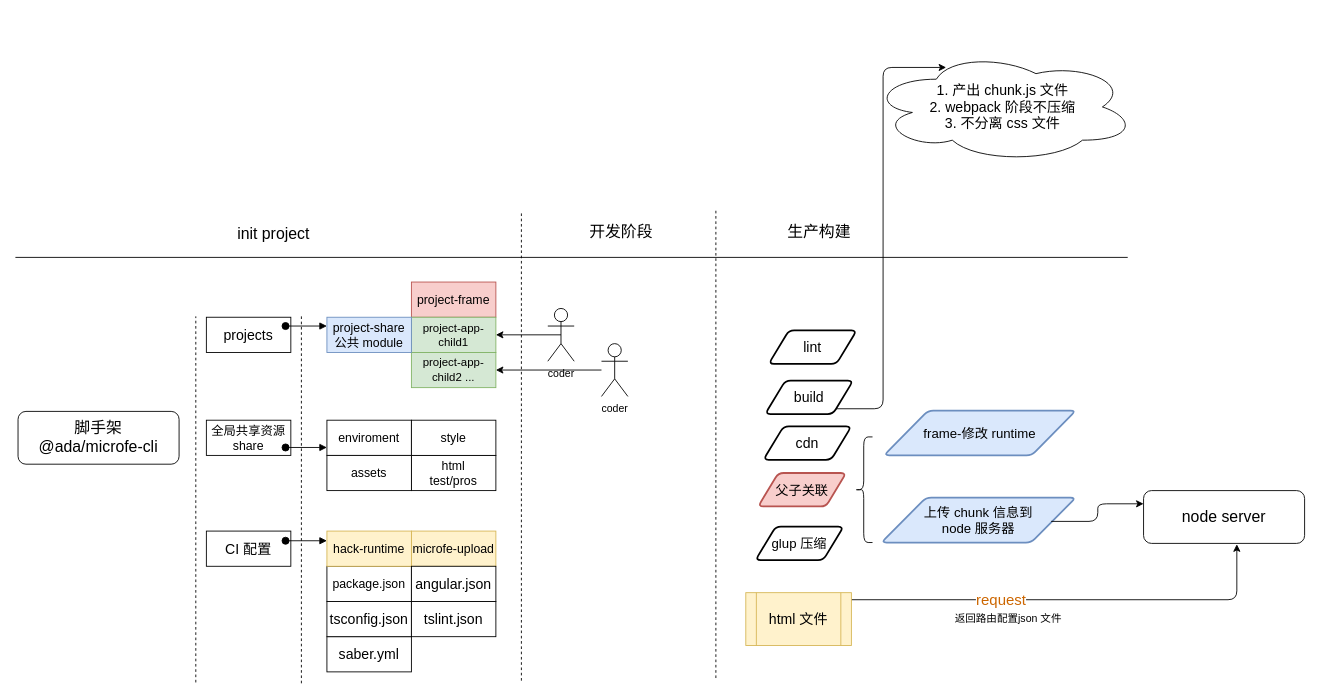
Above: packages/Untitled Diagram.drawio in Tony-Liuduan/micro-demo (draw.io), before the change. Source tidied: cells renumbered, new cells numbered last; positions are measured from the earlier drawing's top-left corner, leaving out a move shared by most shapes. Both pictures are drawn from the tidied source at 88%, with x=0, y=0 at pixel (15, 51).
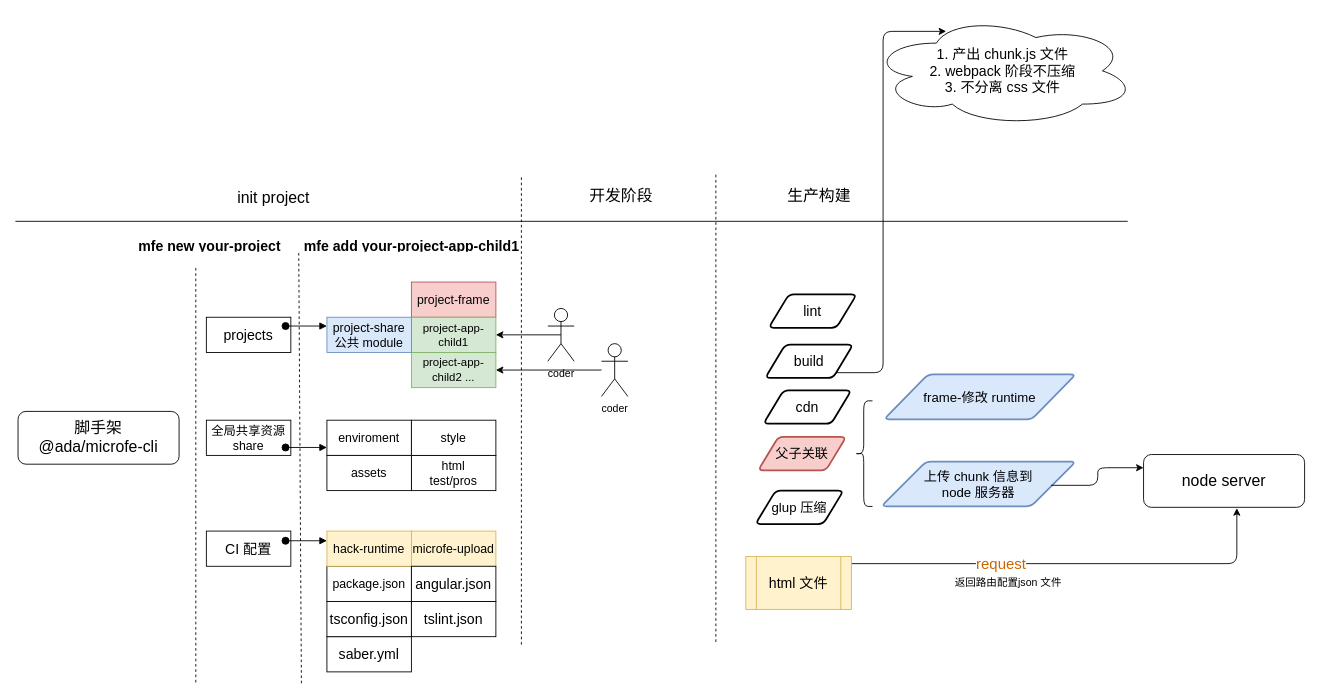
The same page after the edit.

What changed in the source:
```diff
@@
-    <mxCell id="3" style="endArrow=none;dashed=1;html=1;" parent="1" edge="1">
+    <mxCell id="3" style="endArrow=none;dashed=1;html=1;entryX=0;entryY=1;entryDx=0;entryDy=0;" parent="1" edge="1" target="53">
       <mxGeometry relative="1" as="geometry">
         <mxPoint x="325" y="718" as="sourcePoint" />
-        <mxPoint x="325" y="300" as="targetPoint" />
       </mxGeometry>
     </mxCell>
@@
     <mxCell id="22" style="endArrow=none;dashed=1;html=1;" parent="1" edge="1">
       <mxGeometry relative="1" as="geometry">
         <mxPoint x="205" y="717" as="sourcePoint" />
-        <mxPoint x="205" y="301" as="targetPoint" />
+        <mxPoint x="205" y="243" as="targetPoint" />
       </mxGeometry>
     </mxCell>
@@
     <mxCell id="30" style="endArrow=none;dashed=1;html=1;" parent="1" edge="1">
       <mxGeometry relative="1" as="geometry">
-        <mxPoint x="575" y="715" as="sourcePoint" />
-        <mxPoint x="575" y="183" as="targetPoint" />
+        <mxPoint x="575" y="674" as="sourcePoint" />
+        <mxPoint x="575" y="142" as="targetPoint" />
       </mxGeometry>
     </mxCell>
     <mxCell id="31" style="endArrow=none;html=1;" parent="1" edge="1">
       <mxGeometry relative="1" as="geometry">
-        <mxPoint y="234" as="sourcePoint" />
-        <mxPoint x="1264" y="234" as="targetPoint" />
+        <mxPoint y="193" as="sourcePoint" />
+        <mxPoint x="1264" y="193" as="targetPoint" />
       </mxGeometry>
     </mxCell>
     <mxCell id="32" style="endArrow=none;dashed=1;html=1;" parent="1" edge="1">
       <mxGeometry relative="1" as="geometry">
-        <mxPoint x="796" y="712" as="sourcePoint" />
-        <mxPoint x="796" y="180" as="targetPoint" />
+        <mxPoint x="796" y="671" as="sourcePoint" />
+        <mxPoint x="796" y="139" as="targetPoint" />
       </mxGeometry>
     </mxCell>
     <mxCell id="33" value="&lt;font style=&quot;font-size: 18px&quot;&gt;init project&lt;/font&gt;" style="text;html=1;align=center;verticalAlign=middle;" parent="1" vertex="1">
-      <mxGeometry x="247" y="198" width="92" height="20" as="geometry" />
+      <mxGeometry x="247" y="157" width="92" height="20" as="geometry" />
     </mxCell>
     <mxCell id="34" value="&lt;font style=&quot;font-size: 18px&quot;&gt;开发阶段&lt;/font&gt;" style="text;html=1;align=center;verticalAlign=middle;" parent="1" vertex="1">
-      <mxGeometry x="647" y="195" width="82" height="20" as="geometry" />
+      <mxGeometry x="647" y="154" width="82" height="20" as="geometry" />
     </mxCell>
     <mxCell id="35" value="&lt;span style=&quot;font-size: 18px&quot;&gt;生产构建&lt;/span&gt;" style="text;html=1;align=center;verticalAlign=middle;" parent="1" vertex="1">
-      <mxGeometry x="872" y="195" width="82" height="20" as="geometry" />
+      <mxGeometry x="872" y="154" width="82" height="20" as="geometry" />
     </mxCell>
     <mxCell id="36" value="&lt;font style=&quot;font-size: 16px&quot;&gt;build&lt;/font&gt;" style="shape=parallelogram;html=1;strokeWidth=2;perimeter=parallelogramPerimeter;whiteSpace=wrap;rounded=1;arcSize=12;size=0.23;" parent="1" vertex="1">
-      <mxGeometry x="852" y="374" width="100" height="38" as="geometry" />
+      <mxGeometry x="852" y="333" width="100" height="38" as="geometry" />
     </mxCell>
     <mxCell id="37" value="&lt;font style=&quot;font-size: 16px&quot;&gt;cdn&lt;/font&gt;" style="shape=parallelogram;html=1;strokeWidth=2;perimeter=parallelogramPerimeter;whiteSpace=wrap;rounded=1;arcSize=12;size=0.23;" parent="1" vertex="1">
-      <mxGeometry x="850" y="426" width="100" height="38" as="geometry" />
+      <mxGeometry x="850" y="385" width="100" height="38" as="geometry" />
     </mxCell>
     <mxCell id="38" value="&lt;font style=&quot;font-size: 16px&quot;&gt;lint&lt;/font&gt;" style="shape=parallelogram;html=1;strokeWidth=2;perimeter=parallelogramPerimeter;whiteSpace=wrap;rounded=1;arcSize=12;size=0.23;" parent="1" vertex="1">
-      <mxGeometry x="856" y="317" width="100" height="38" as="geometry" />
+      <mxGeometry x="856" y="276" width="100" height="38" as="geometry" />
     </mxCell>
     <mxCell id="39" value="&lt;font style=&quot;font-size: 15px&quot;&gt;glup 压缩&lt;/font&gt;" style="shape=parallelogram;html=1;strokeWidth=2;perimeter=parallelogramPerimeter;whiteSpace=wrap;rounded=1;arcSize=12;size=0.23;" parent="1" vertex="1">
-      <mxGeometry x="841" y="540" width="100" height="38" as="geometry" />
+      <mxGeometry x="841" y="499" width="100" height="38" as="geometry" />
     </mxCell>
     <mxCell id="40" value="&lt;div&gt;&lt;span style=&quot;font-size: 16px&quot;&gt;1. 产出 chunk.js 文件&lt;/span&gt;&lt;/div&gt;&lt;font style=&quot;font-size: 16px&quot;&gt;&lt;div&gt;&lt;span&gt;2. webpack 阶段不压缩&lt;/span&gt;&lt;/div&gt;&lt;div&gt;&lt;span&gt;3. 不分离 css 文件&lt;/span&gt;&lt;/div&gt;&lt;/font&gt;" style="ellipse;shape=cloud;whiteSpace=wrap;html=1;align=center;" parent="1" vertex="1">
-      <mxGeometry x="971" width="302" height="126" as="geometry" />
+      <mxGeometry x="971" y="-41" width="302" height="126" as="geometry" />
     </mxCell>
     <mxCell id="41" style="edgeStyle=elbowEdgeStyle;elbow=horizontal;endArrow=classic;html=1;entryX=0.287;entryY=0.144;entryDx=0;entryDy=0;entryPerimeter=0;" parent="1" edge="1" source="36" target="40">
       <mxGeometry relative="1" as="geometry">
         <Array as="points">
-          <mxPoint x="986" y="406" />
+          <mxPoint x="986" y="365" />
         </Array>
       </mxGeometry>
     </mxCell>
     <mxCell id="42" value="&lt;span style=&quot;font-size: 15px&quot;&gt;frame-修改 runtime&lt;/span&gt;" style="shape=parallelogram;html=1;strokeWidth=2;perimeter=parallelogramPerimeter;whiteSpace=wrap;rounded=1;arcSize=12;size=0.23;fillColor=#dae8fc;strokeColor=#6c8ebf;" parent="1" vertex="1">
-      <mxGeometry x="987" y="408" width="218" height="51" as="geometry" />
+      <mxGeometry x="987" y="367" width="218" height="51" as="geometry" />
     </mxCell>
     <mxCell id="43" value="&lt;span style=&quot;font-size: 15px&quot;&gt;上传 chunk 信息到 &lt;br&gt;node 服务器&lt;/span&gt;" style="shape=parallelogram;html=1;strokeWidth=2;perimeter=parallelogramPerimeter;whiteSpace=wrap;rounded=1;arcSize=12;size=0.23;fillColor=#dae8fc;strokeColor=#6c8ebf;" parent="1" vertex="1">
-      <mxGeometry x="984" y="507" width="221" height="51" as="geometry" />
+      <mxGeometry x="984" y="466" width="221" height="51" as="geometry" />
     </mxCell>
     <mxCell id="44" value="&lt;span style=&quot;font-size: 15px&quot;&gt;父子关联&lt;/span&gt;" style="shape=parallelogram;html=1;strokeWidth=2;perimeter=parallelogramPerimeter;whiteSpace=wrap;rounded=1;arcSize=12;size=0.23;fillColor=#f8cecc;strokeColor=#b85450;" parent="1" vertex="1">
-      <mxGeometry x="844" y="479" width="100" height="38" as="geometry" />
+      <mxGeometry x="844" y="438" width="100" height="38" as="geometry" />
     </mxCell>
     <mxCell id="45" style="shape=curlyBracket;whiteSpace=wrap;html=1;rounded=1;size=0.5;" parent="1" vertex="1">
-      <mxGeometry x="954" y="438" width="20" height="120" as="geometry" />
+      <mxGeometry x="954" y="397" width="20" height="120" as="geometry" />
     </mxCell>
     <mxCell id="46" value="&lt;font style=&quot;font-size: 18px&quot;&gt;node server&lt;br&gt;&lt;/font&gt;" style="rounded=1;whiteSpace=wrap;html=1;" parent="1" vertex="1">
-      <mxGeometry x="1282" y="499" width="183" height="60" as="geometry" />
+      <mxGeometry x="1282" y="458" width="183" height="60" as="geometry" />
     </mxCell>
     <mxCell id="47" style="edgeStyle=elbowEdgeStyle;elbow=horizontal;endArrow=classic;html=1;entryX=0;entryY=0.25;entryDx=0;entryDy=0;" parent="1" edge="1" target="46">
       <mxGeometry relative="1" as="geometry">
-        <mxPoint x="1177" y="534" as="sourcePoint" />
+        <mxPoint x="1177" y="493" as="sourcePoint" />
       </mxGeometry>
     </mxCell>
     <mxCell id="48" style="edgeStyle=elbowEdgeStyle;elbow=horizontal;endArrow=classic;html=1;" parent="1" edge="1">
       <mxGeometry relative="1" as="geometry">
-        <mxPoint x="948" y="623" as="sourcePoint" />
-        <mxPoint x="1388" y="560" as="targetPoint" />
+        <mxPoint x="948" y="582" as="sourcePoint" />
+        <mxPoint x="1388" y="519" as="targetPoint" />
         <Array as="points">
-          <mxPoint x="1388" y="606" />
+          <mxPoint x="1388" y="565" />
         </Array>
       </mxGeometry>
     </mxCell>
@@
     <mxCell id="50" value="&lt;font style=&quot;font-size: 16px&quot;&gt;html 文件&lt;/font&gt;" style="shape=process;whiteSpace=wrap;html=1;backgroundOutline=1;fillColor=#fff2cc;strokeColor=#d6b656;" parent="1" vertex="1">
-      <mxGeometry x="830" y="615" width="120" height="60" as="geometry" />
+      <mxGeometry x="830" y="574" width="120" height="60" as="geometry" />
     </mxCell>
     <mxCell id="51" value="返回路由配置json 文件" style="text;html=1;align=center;verticalAlign=middle;" parent="1" vertex="1">
-      <mxGeometry x="1062" y="636" width="131" height="18" as="geometry" />
+      <mxGeometry x="1062" y="595" width="131" height="18" as="geometry" />
     </mxCell>
+    <mxCell id="52" value="&lt;font style=&quot;font-size: 16px&quot;&gt;mfe new your-project&lt;/font&gt;" style="text;html=1;strokeColor=none;fillColor=none;align=center;verticalAlign=middle;whiteSpace=wrap;overflow=hidden;fontStyle=1;" parent="1" vertex="1">
+      <mxGeometry x="127.5" y="209" width="185.5" height="20" as="geometry" />
+    </mxCell>
+    <mxCell id="53" value="&lt;font style=&quot;font-size: 16px&quot;&gt;mfe add your-project-app-child1&lt;/font&gt;" style="text;html=1;strokeColor=none;fillColor=none;align=center;verticalAlign=middle;whiteSpace=wrap;overflow=hidden;fontStyle=1;" parent="1" vertex="1">
+      <mxGeometry x="322" y="209" width="256.5" height="20" as="geometry" />
+    </mxCell>
```
